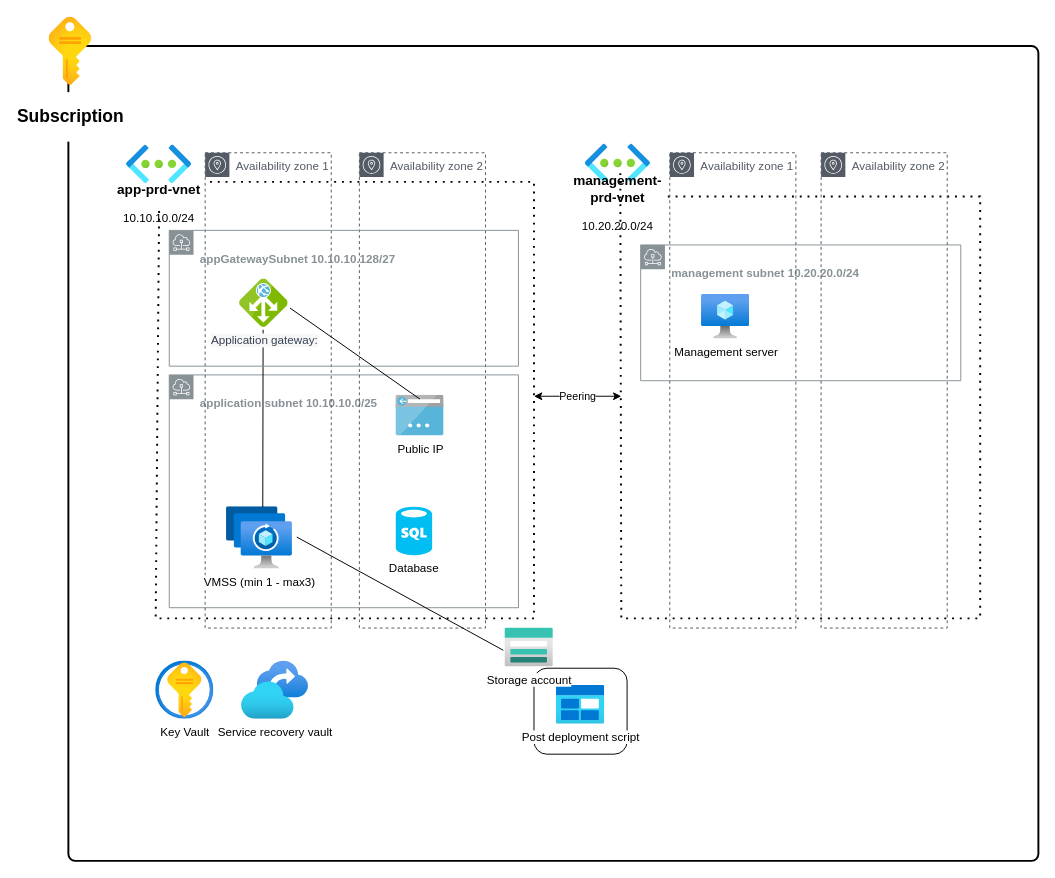
Before: 11-16_PRO-01/Ontwerp Diagram.drawio in techgrounds/techgrounds-JonBoers, a draw.io diagram. Source tidied: cells renumbered, new cells numbered last; positions are measured from the earlier drawing's top-left corner, leaving out a move shared by most shapes. Both pictures are drawn from the tidied source at 97%, with x=0, y=0 at pixel (48, 16).
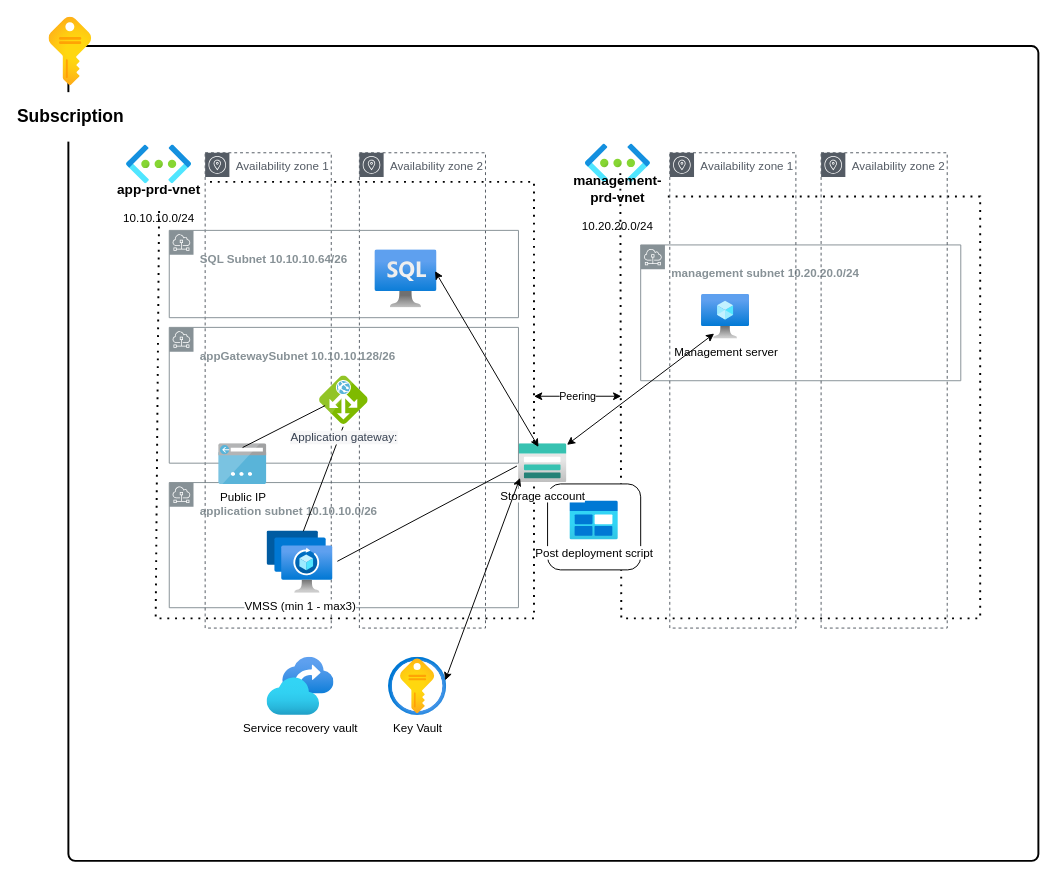
Above is the later version.

The change refers to these unchanged cells:
```xml
<mxCell id="20" value="Management server" style="image;html=1;points=[];align=center;fontSize=12;image=img/lib/azure2/compute/Virtual_Machine.svg;" parent="1" vertex="1">
  <mxGeometry x="672.7" y="286" width="49.6" height="46" as="geometry" />
</mxCell>
<mxCell id="25" value="Storage account" style="image;html=1;points=[];align=center;fontSize=12;image=img/lib/azure2/storage/Storage_Accounts.svg;" parent="22" vertex="1">
  <mxGeometry width="50" height="40" as="geometry" />
</mxCell>
```

Diff of the diagram source:
```diff
@@
-    <mxCell id="3" value="&lt;h4&gt;application subnet 10.10.10.0/25&lt;/h4&gt;" style="sketch=0;gradientColor=none;html=1;whiteSpace=wrap;fontSize=12;fontStyle=0;shape=mxgraph.aws4.group;grIcon=mxgraph.aws4.group_subnet;strokeColor=#879196;fillColor=none;verticalAlign=top;align=left;spacingLeft=30;fontColor=#879196;dashed=0;" parent="1" vertex="1">
-      <mxGeometry x="124" y="369" width="360" height="240" as="geometry" />
+    <mxCell id="3" value="&lt;h4&gt;application subnet 10.10.10.0/26&lt;/h4&gt;" style="sketch=0;gradientColor=none;html=1;whiteSpace=wrap;fontSize=12;fontStyle=0;shape=mxgraph.aws4.group;grIcon=mxgraph.aws4.group_subnet;strokeColor=#879196;fillColor=none;verticalAlign=top;align=left;spacingLeft=30;fontColor=#879196;dashed=0;" parent="1" vertex="1">
+      <mxGeometry x="124" y="480" width="360" height="129" as="geometry" />
     </mxCell>
@@
     <mxCell id="13" value="Key Vault" style="image;html=1;points=[];align=center;fontSize=12;image=img/lib/azure2/security/Key_Vaults.svg;" parent="1" vertex="1">
-      <mxGeometry x="110" y="664" width="60" height="60" as="geometry" />
+      <mxGeometry x="350" y="660" width="60" height="60" as="geometry" />
     </mxCell>
@@
     <mxCell id="19" value="Service recovery vault" style="image;html=1;align=center;fontSize=12;image=img/lib/azure2/migrate/Recovery_Services_Vaults.svg;" parent="1" vertex="1">
-      <mxGeometry x="198.5" y="664" width="69" height="60" as="geometry" />
+      <mxGeometry x="224.8" y="660" width="69" height="60" as="geometry" />
     </mxCell>
@@
     <mxCell id="21" value="VMSS (min 1 - max3)" style="html=1;points=[];align=center;image;fontSize=12;image=img/lib/azure2/networking/Spot_VMSS.svg;fontFamily=Helvetica;" parent="1" vertex="1">
-      <mxGeometry x="183" y="505" width="68" height="64" as="geometry" />
+      <mxGeometry x="224.8" y="530" width="68" height="64" as="geometry" />
     </mxCell>
     <mxCell id="22" style="group;" parent="1" vertex="1">
-      <mxGeometry x="470" y="630" width="126" height="130" as="geometry" />
+      <mxGeometry x="484" y="440" width="126" height="130" as="geometry" />
     </mxCell>
@@
-    <mxCell id="27" value="&lt;h4&gt;appGatewaySubnet 10.10.10.128/27&lt;/h4&gt;" style="sketch=0;gradientColor=none;html=1;whiteSpace=wrap;fontSize=12;fontStyle=0;shape=mxgraph.aws4.group;grIcon=mxgraph.aws4.group_subnet;strokeColor=#879196;fillColor=none;verticalAlign=top;align=left;spacingLeft=30;fontColor=#879196;dashed=0;" parent="1" vertex="1">
-      <mxGeometry x="124" y="220" width="360" height="140" as="geometry" />
+    <mxCell id="27" value="&lt;h4&gt;appGatewaySubnet 10.10.10.128/26&lt;/h4&gt;" style="sketch=0;gradientColor=none;html=1;whiteSpace=wrap;fontSize=12;fontStyle=0;shape=mxgraph.aws4.group;grIcon=mxgraph.aws4.group_subnet;strokeColor=#879196;fillColor=none;verticalAlign=top;align=left;spacingLeft=30;fontColor=#879196;dashed=0;" parent="1" vertex="1">
+      <mxGeometry x="124" y="320" width="360" height="140" as="geometry" />
     </mxCell>
     <mxCell id="28" value="&lt;span style=&quot;color: rgb(55, 65, 81); text-align: left; background-color: rgb(247, 247, 248);&quot;&gt;&lt;font style=&quot;font-size: 12px;&quot;&gt;Application gateway:&lt;/font&gt;&lt;br&gt;&lt;/span&gt;" style="sketch=0;html=1;points=[];align=center;image;fontSize=12;image=img/lib/mscae/Application_Gateway.svg;" parent="1" vertex="1">
-      <mxGeometry x="196.5" y="270" width="50" height="50" as="geometry" />
+      <mxGeometry x="279" y="370" width="50" height="50" as="geometry" />
     </mxCell>
-    <mxCell id="29" value="Database" style="verticalLabelPosition=bottom;html=1;verticalAlign=top;align=center;strokeColor=none;fillColor=#00BEF2;shape=mxgraph.azure.sql_database;fontFamily=Helvetica;fontSize=12;" parent="1" vertex="1">
-      <mxGeometry x="357.5" y="505" width="37.5" height="50" as="geometry" />
-    </mxCell>
@@
     <mxCell id="31" value="Public IP" style="sketch=0;html=1;points=[];align=center;image;fontSize=12;image=img/lib/mscae/App_Service_IPAddress.svg;fontFamily=Helvetica;" parent="1" vertex="1">
-      <mxGeometry x="357.5" y="390" width="50" height="42" as="geometry" />
+      <mxGeometry x="174.8" y="440" width="50" height="42" as="geometry" />
     </mxCell>
-    <mxCell id="32" style="endArrow=none;html=1;entryX=1.039;entryY=0.601;entryDx=0;entryDy=0;entryPerimeter=0;exitX=0.496;exitY=0.092;exitDx=0;exitDy=0;exitPerimeter=0;" parent="1" edge="1" source="31" target="28">
+    <mxCell id="32" style="endArrow=none;html=1;entryX=0.113;entryY=0.613;entryDx=0;entryDy=0;entryPerimeter=0;exitX=0.496;exitY=0.092;exitDx=0;exitDy=0;exitPerimeter=0;" parent="1" edge="1" source="31" target="28">
       <mxGeometry relative="1" as="geometry" />
     </mxCell>
+    <mxCell id="33" value="&lt;h4&gt;SQL Subnet 10.10.10.64/26&lt;/h4&gt;" style="sketch=0;gradientColor=none;html=1;whiteSpace=wrap;fontSize=12;fontStyle=0;shape=mxgraph.aws4.group;grIcon=mxgraph.aws4.group_subnet;strokeColor=#879196;fillColor=none;verticalAlign=top;align=left;spacingLeft=30;fontColor=#879196;dashed=0;" parent="1" vertex="1">
+      <mxGeometry x="124" y="220" width="360" height="90" as="geometry" />
+    </mxCell>
+    <mxCell id="34" style="endArrow=classic;startArrow=classic;html=1;rounded=0;entryX=0.263;entryY=0.878;entryDx=0;entryDy=0;entryPerimeter=0;" parent="1" edge="1" source="25" target="20">
+      <mxGeometry relative="1" as="geometry" />
+    </mxCell>
+    <mxCell id="35" style="endArrow=classic;startArrow=classic;html=1;rounded=0;entryX=0.032;entryY=0.88;entryDx=0;entryDy=0;entryPerimeter=0;exitX=0.974;exitY=0.399;exitDx=0;exitDy=0;exitPerimeter=0;" parent="1" edge="1" source="13" target="25">
+      <mxGeometry relative="1" as="geometry" />
+    </mxCell>
+    <mxCell id="36" style="image;html=1;points=[];align=center;fontSize=12;image=img/lib/azure2/databases/Azure_SQL_VM.svg;" parent="1" vertex="1">
+      <mxGeometry x="336" y="240" width="64" height="60" as="geometry" />
+    </mxCell>
+    <mxCell id="37" style="endArrow=classic;startArrow=classic;html=1;rounded=0;entryX=0.969;entryY=0.367;entryDx=0;entryDy=0;entryPerimeter=0;exitX=0.413;exitY=0.083;exitDx=0;exitDy=0;exitPerimeter=0;" parent="1" edge="1" source="25" target="36">
+      <mxGeometry relative="1" as="geometry" />
+    </mxCell>
```
